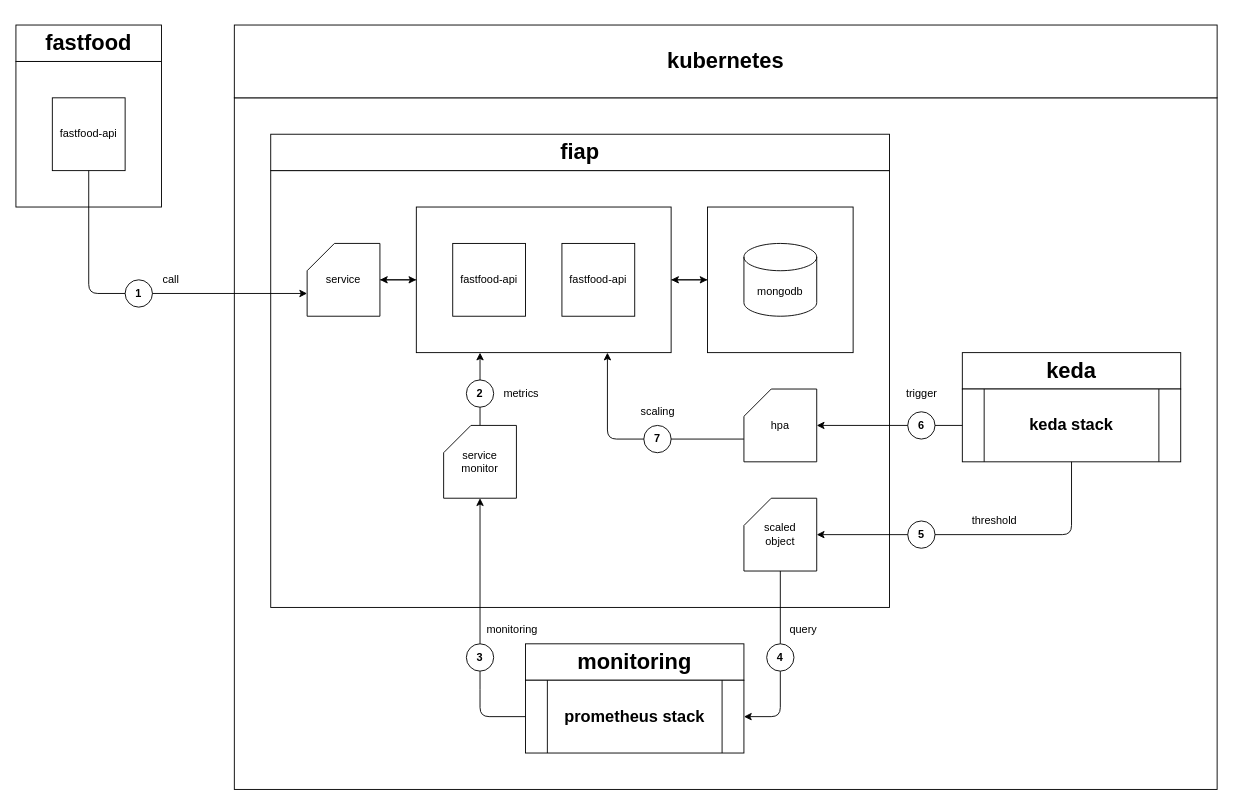
Above: diagrams/soat-fastfood-architecture.drawio in fiap-soat-projects/fiap-soat-fastfood (draw.io), before the change. Source tidied: cells renumbered, new cells numbered last; positions are measured from the earlier drawing's top-left corner, leaving out a move shared by most shapes. Both pictures are drawn from the tidied source at 91%, with x=0, y=0 at pixel (15, 25).
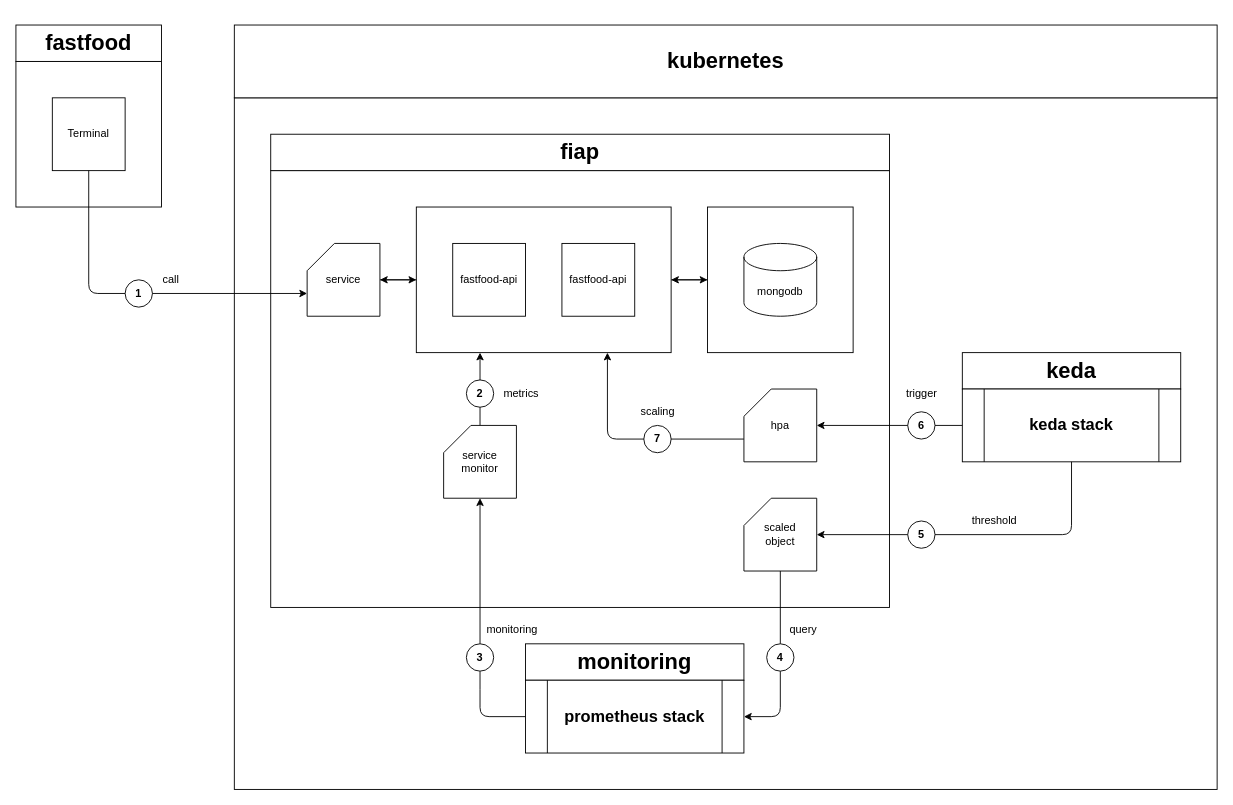
Above is the later version.

Commit message (it also covers changes not shown here):
ci: change start actor in archicture

Change to the diagram source:
```diff
@@
-    <mxCell id="41" value="fastfood-api" style="rounded=0;whiteSpace=wrap;html=1;" parent="1" vertex="1">
+    <mxCell id="41" value="Terminal" style="rounded=0;whiteSpace=wrap;html=1;" parent="1" vertex="1">
       <mxGeometry x="40" y="80" width="80" height="80" as="geometry" />
     </mxCell>
```
